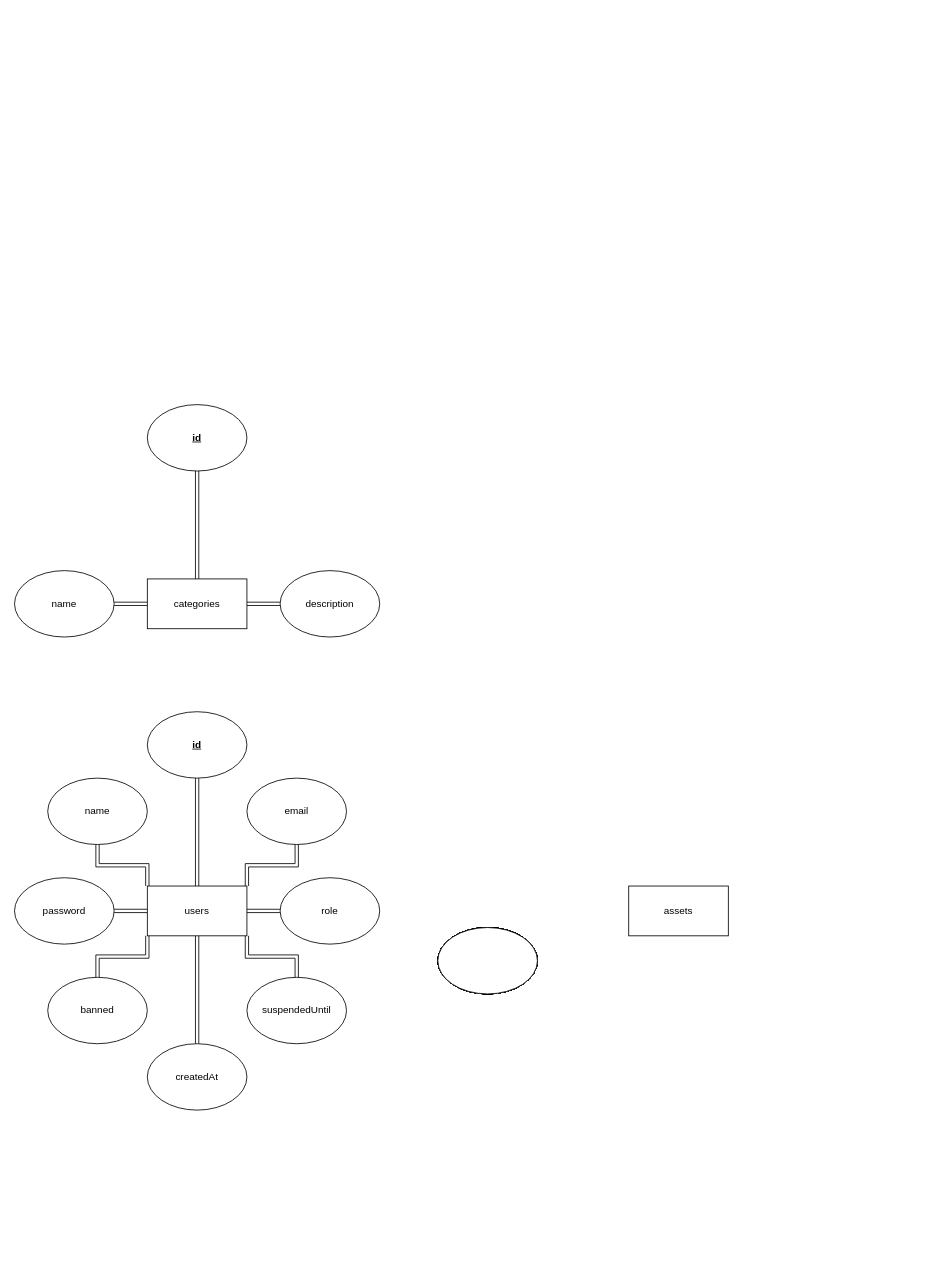
Above: Docs/Designs/ER Diagram.drawio in schoolblues/CSC-490-Capstone (draw.io), before the change. Source tidied: cells renumbered, new cells numbered last; positions are measured from the earlier drawing's top-left corner, leaving out a move shared by most shapes. Both pictures are drawn from the tidied source at 83%, with x=0, y=0 at pixel (14, 404).
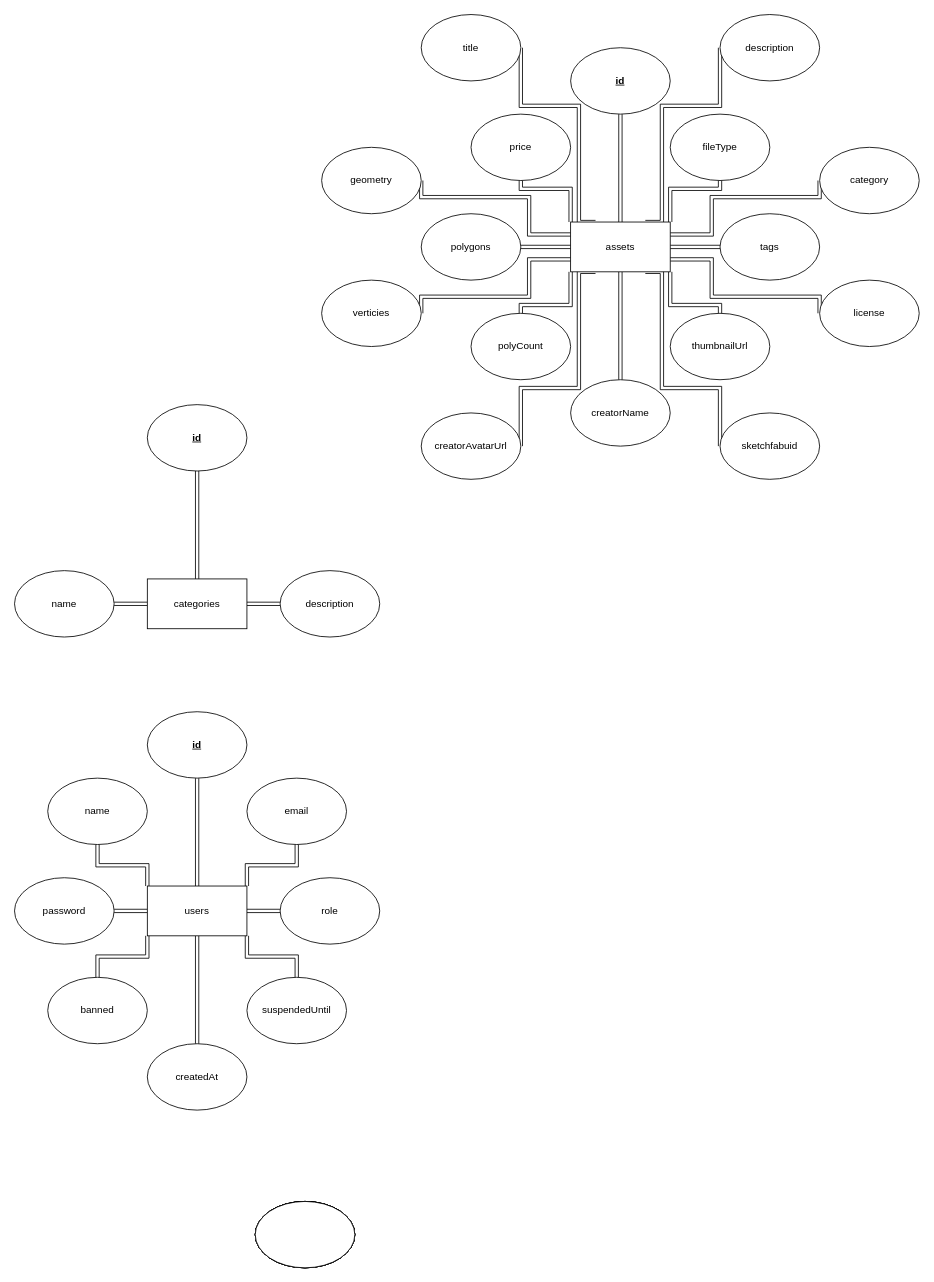
The same diagram, later.

Change to the diagram source:
```diff
@@
+    <mxCell id="49" style="edgeStyle=orthogonalEdgeStyle;shape=link;rounded=0;jettySize=auto;html=1;exitX=0.5;exitY=0;exitDx=0;exitDy=0;" parent="1" edge="1" source="26" target="46">
+      <mxGeometry relative="1" as="geometry" />
+    </mxCell>
+    <mxCell id="50" style="edgeStyle=orthogonalEdgeStyle;shape=link;rounded=0;jettySize=auto;html=1;exitX=0.5;exitY=1;exitDx=0;exitDy=0;entryX=0.5;entryY=0;entryDx=0;entryDy=0;" parent="1" edge="1" source="26" target="45">
+      <mxGeometry relative="1" as="geometry" />
+    </mxCell>
+    <mxCell id="51" style="edgeStyle=orthogonalEdgeStyle;shape=link;rounded=0;jettySize=auto;html=1;exitX=0;exitY=0.5;exitDx=0;exitDy=0;entryX=1;entryY=0.5;entryDx=0;entryDy=0;" parent="1" edge="1" source="26" target="47">
+      <mxGeometry relative="1" as="geometry" />
+    </mxCell>
+    <mxCell id="52" style="edgeStyle=orthogonalEdgeStyle;shape=link;rounded=0;jettySize=auto;html=1;exitX=1;exitY=0.5;exitDx=0;exitDy=0;entryX=0;entryY=0.5;entryDx=0;entryDy=0;" parent="1" edge="1" source="26" target="48">
+      <mxGeometry relative="1" as="geometry" />
+    </mxCell>
+    <mxCell id="53" style="edgeStyle=orthogonalEdgeStyle;shape=link;rounded=0;jettySize=auto;html=1;exitX=0;exitY=0.25;exitDx=0;exitDy=0;entryX=1;entryY=0.5;entryDx=0;entryDy=0;" parent="1" edge="1" source="26" target="40">
+      <mxGeometry relative="1" as="geometry">
+        <Array as="points">
+          <mxPoint x="620" y="-205" />
+          <mxPoint x="620" y="-250" />
+          <mxPoint x="490" y="-250" />
+        </Array>
+      </mxGeometry>
+    </mxCell>
+    <mxCell id="54" style="edgeStyle=orthogonalEdgeStyle;shape=link;rounded=0;jettySize=auto;html=1;exitX=0;exitY=0;exitDx=0;exitDy=0;" parent="1" edge="1" source="26" target="44">
+      <mxGeometry relative="1" as="geometry">
+        <Array as="points">
+          <mxPoint x="670" y="-260" />
+          <mxPoint x="610" y="-260" />
+        </Array>
+      </mxGeometry>
+    </mxCell>
+    <mxCell id="55" style="edgeStyle=orthogonalEdgeStyle;shape=link;rounded=0;jettySize=auto;html=1;exitX=0.25;exitY=0;exitDx=0;exitDy=0;entryX=1;entryY=0.5;entryDx=0;entryDy=0;" parent="1" edge="1" source="26" target="36">
+      <mxGeometry relative="1" as="geometry">
+        <Array as="points">
+          <mxPoint x="680" y="-220" />
+          <mxPoint x="680" y="-360" />
+          <mxPoint x="610" y="-360" />
+        </Array>
+      </mxGeometry>
+    </mxCell>
+    <mxCell id="56" style="edgeStyle=orthogonalEdgeStyle;shape=link;rounded=0;jettySize=auto;html=1;exitX=0;exitY=1;exitDx=0;exitDy=0;entryX=0.5;entryY=0;entryDx=0;entryDy=0;" parent="1" edge="1" source="26" target="42">
+      <mxGeometry relative="1" as="geometry">
+        <Array as="points">
+          <mxPoint x="670" y="-120" />
+          <mxPoint x="610" y="-120" />
+        </Array>
+      </mxGeometry>
+    </mxCell>
+    <mxCell id="57" style="edgeStyle=orthogonalEdgeStyle;shape=link;rounded=0;jettySize=auto;html=1;exitX=0.25;exitY=1;exitDx=0;exitDy=0;entryX=1;entryY=0.5;entryDx=0;entryDy=0;" parent="1" edge="1" source="26" target="33">
+      <mxGeometry relative="1" as="geometry">
+        <Array as="points">
+          <mxPoint x="680" y="-160" />
+          <mxPoint x="680" y="-20" />
+          <mxPoint x="610" y="-20" />
+        </Array>
+      </mxGeometry>
+    </mxCell>
+    <mxCell id="58" style="edgeStyle=orthogonalEdgeStyle;shape=link;rounded=0;jettySize=auto;html=1;exitX=0;exitY=0.75;exitDx=0;exitDy=0;entryX=1;entryY=0.5;entryDx=0;entryDy=0;" parent="1" edge="1" source="26" target="37">
+      <mxGeometry relative="1" as="geometry">
+        <Array as="points">
+          <mxPoint x="620" y="-175" />
+          <mxPoint x="620" y="-130" />
+          <mxPoint x="490" y="-130" />
+        </Array>
+      </mxGeometry>
+    </mxCell>
+    <mxCell id="59" style="edgeStyle=orthogonalEdgeStyle;shape=link;rounded=0;jettySize=auto;html=1;exitX=0.75;exitY=0;exitDx=0;exitDy=0;entryX=0;entryY=0.5;entryDx=0;entryDy=0;" parent="1" edge="1" source="26" target="35">
+      <mxGeometry relative="1" as="geometry">
+        <Array as="points">
+          <mxPoint x="780" y="-220" />
+          <mxPoint x="780" y="-360" />
+          <mxPoint x="850" y="-360" />
+        </Array>
+      </mxGeometry>
+    </mxCell>
+    <mxCell id="60" style="edgeStyle=orthogonalEdgeStyle;shape=link;rounded=0;jettySize=auto;html=1;exitX=1;exitY=0;exitDx=0;exitDy=0;entryX=0.5;entryY=1;entryDx=0;entryDy=0;" parent="1" edge="1" source="26" target="43">
+      <mxGeometry relative="1" as="geometry">
+        <Array as="points">
+          <mxPoint x="790" y="-260" />
+          <mxPoint x="850" y="-260" />
+        </Array>
+      </mxGeometry>
+    </mxCell>
+    <mxCell id="61" style="edgeStyle=orthogonalEdgeStyle;shape=link;rounded=0;jettySize=auto;html=1;exitX=1;exitY=0.25;exitDx=0;exitDy=0;entryX=0;entryY=0.5;entryDx=0;entryDy=0;" parent="1" edge="1" source="26" target="39">
+      <mxGeometry relative="1" as="geometry">
+        <Array as="points">
+          <mxPoint x="840" y="-205" />
+          <mxPoint x="840" y="-250" />
+          <mxPoint x="970" y="-250" />
+        </Array>
+      </mxGeometry>
+    </mxCell>
+    <mxCell id="62" style="edgeStyle=orthogonalEdgeStyle;shape=link;rounded=0;jettySize=auto;html=1;exitX=0.75;exitY=1;exitDx=0;exitDy=0;entryX=0;entryY=0.5;entryDx=0;entryDy=0;" parent="1" edge="1" source="26" target="34">
+      <mxGeometry relative="1" as="geometry">
+        <Array as="points">
+          <mxPoint x="780" y="-160" />
+          <mxPoint x="780" y="-20" />
+          <mxPoint x="850" y="-20" />
+        </Array>
+      </mxGeometry>
+    </mxCell>
+    <mxCell id="63" style="edgeStyle=orthogonalEdgeStyle;shape=link;rounded=0;jettySize=auto;html=1;exitX=1;exitY=1;exitDx=0;exitDy=0;entryX=0.5;entryY=0;entryDx=0;entryDy=0;" parent="1" edge="1" source="26" target="41">
+      <mxGeometry relative="1" as="geometry">
+        <Array as="points">
+          <mxPoint x="790" y="-120" />
+          <mxPoint x="850" y="-120" />
+        </Array>
+      </mxGeometry>
+    </mxCell>
+    <mxCell id="64" style="edgeStyle=orthogonalEdgeStyle;shape=link;rounded=0;jettySize=auto;html=1;exitX=1;exitY=0.75;exitDx=0;exitDy=0;entryX=0;entryY=0.5;entryDx=0;entryDy=0;" parent="1" edge="1" source="26" target="38">
+      <mxGeometry relative="1" as="geometry">
+        <Array as="points">
+          <mxPoint x="840" y="-175" />
+          <mxPoint x="840" y="-130" />
+          <mxPoint x="970" y="-130" />
+        </Array>
+      </mxGeometry>
+    </mxCell>
     <mxCell id="26" value="assets" style="rounded=0;whiteSpace=wrap;html=1;" parent="1" vertex="1">
-      <mxGeometry x="740" y="580" width="120" height="60" as="geometry" />
+      <mxGeometry x="670" y="-220" width="120" height="60" as="geometry" />
     </mxCell>
     <mxCell id="27" style="ellipse;whiteSpace=wrap;html=1;" parent="1" vertex="1">
-      <mxGeometry x="510" y="630" width="120" height="80" as="geometry" />
+      <mxGeometry x="290" y="960" width="120" height="80" as="geometry" />
     </mxCell>
     <mxCell id="28" style="ellipse;whiteSpace=wrap;html=1;" parent="1" vertex="1">
-      <mxGeometry x="510" y="630" width="120" height="80" as="geometry" />
+      <mxGeometry x="290" y="960" width="120" height="80" as="geometry" />
     </mxCell>
     <mxCell id="29" style="ellipse;whiteSpace=wrap;html=1;" parent="1" vertex="1">
-      <mxGeometry x="510" y="630" width="120" height="80" as="geometry" />
+      <mxGeometry x="290" y="960" width="120" height="80" as="geometry" />
     </mxCell>
     <mxCell id="30" style="ellipse;whiteSpace=wrap;html=1;" parent="1" vertex="1">
-      <mxGeometry x="510" y="630" width="120" height="80" as="geometry" />
+      <mxGeometry x="290" y="960" width="120" height="80" as="geometry" />
     </mxCell>
     <mxCell id="31" style="ellipse;whiteSpace=wrap;html=1;" parent="1" vertex="1">
-      <mxGeometry x="510" y="630" width="120" height="80" as="geometry" />
+      <mxGeometry x="290" y="960" width="120" height="80" as="geometry" />
     </mxCell>
     <mxCell id="32" style="ellipse;whiteSpace=wrap;html=1;" parent="1" vertex="1">
-      <mxGeometry x="510" y="630" width="120" height="80" as="geometry" />
+      <mxGeometry x="290" y="960" width="120" height="80" as="geometry" />
     </mxCell>
-    <mxCell id="33" style="ellipse;whiteSpace=wrap;html=1;" parent="1" vertex="1">
-      <mxGeometry x="510" y="630" width="120" height="80" as="geometry" />
+    <mxCell id="33" value="creatorAvatarUrl" style="ellipse;whiteSpace=wrap;html=1;" parent="1" vertex="1">
+      <mxGeometry x="490" y="10" width="120" height="80" as="geometry" />
     </mxCell>
-    <mxCell id="34" style="ellipse;whiteSpace=wrap;html=1;" parent="1" vertex="1">
-      <mxGeometry x="510" y="630" width="120" height="80" as="geometry" />
+    <mxCell id="34" value="sketchfabuid" style="ellipse;whiteSpace=wrap;html=1;" parent="1" vertex="1">
+      <mxGeometry x="850" y="10" width="120" height="80" as="geometry" />
     </mxCell>
-    <mxCell id="35" style="ellipse;whiteSpace=wrap;html=1;" parent="1" vertex="1">
-      <mxGeometry x="510" y="630" width="120" height="80" as="geometry" />
+    <mxCell id="35" value="description" style="ellipse;whiteSpace=wrap;html=1;" parent="1" vertex="1">
+      <mxGeometry x="850" y="-470" width="120" height="80" as="geometry" />
     </mxCell>
-    <mxCell id="36" style="ellipse;whiteSpace=wrap;html=1;" parent="1" vertex="1">
-      <mxGeometry x="510" y="630" width="120" height="80" as="geometry" />
+    <mxCell id="36" value="title" style="ellipse;whiteSpace=wrap;html=1;" parent="1" vertex="1">
+      <mxGeometry x="490" y="-470" width="120" height="80" as="geometry" />
     </mxCell>
-    <mxCell id="37" style="ellipse;whiteSpace=wrap;html=1;" parent="1" vertex="1">
-      <mxGeometry x="510" y="630" width="120" height="80" as="geometry" />
+    <mxCell id="37" value="verticies" style="ellipse;whiteSpace=wrap;html=1;" parent="1" vertex="1">
+      <mxGeometry x="370" y="-150" width="120" height="80" as="geometry" />
     </mxCell>
-    <mxCell id="38" style="ellipse;whiteSpace=wrap;html=1;" parent="1" vertex="1">
-      <mxGeometry x="510" y="630" width="120" height="80" as="geometry" />
+    <mxCell id="38" value="license" style="ellipse;whiteSpace=wrap;html=1;" parent="1" vertex="1">
+      <mxGeometry x="970" y="-150" width="120" height="80" as="geometry" />
     </mxCell>
-    <mxCell id="39" style="ellipse;whiteSpace=wrap;html=1;" parent="1" vertex="1">
-      <mxGeometry x="510" y="630" width="120" height="80" as="geometry" />
+    <mxCell id="39" value="category" style="ellipse;whiteSpace=wrap;html=1;" parent="1" vertex="1">
+      <mxGeometry x="970" y="-310" width="120" height="80" as="geometry" />
     </mxCell>
-    <mxCell id="40" style="ellipse;whiteSpace=wrap;html=1;" parent="1" vertex="1">
-      <mxGeometry x="510" y="630" width="120" height="80" as="geometry" />
+    <mxCell id="40" value="geometry" style="ellipse;whiteSpace=wrap;html=1;" parent="1" vertex="1">
+      <mxGeometry x="370" y="-310" width="120" height="80" as="geometry" />
     </mxCell>
-    <mxCell id="41" style="ellipse;whiteSpace=wrap;html=1;" parent="1" vertex="1">
-      <mxGeometry x="510" y="630" width="120" height="80" as="geometry" />
+    <mxCell id="41" value="thumbnailUrl" style="ellipse;whiteSpace=wrap;html=1;" parent="1" vertex="1">
+      <mxGeometry x="790" y="-110" width="120" height="80" as="geometry" />
     </mxCell>
-    <mxCell id="42" style="ellipse;whiteSpace=wrap;html=1;" parent="1" vertex="1">
-      <mxGeometry x="510" y="630" width="120" height="80" as="geometry" />
+    <mxCell id="42" value="polyCount" style="ellipse;whiteSpace=wrap;html=1;" parent="1" vertex="1">
+      <mxGeometry x="550" y="-110" width="120" height="80" as="geometry" />
     </mxCell>
-    <mxCell id="43" style="ellipse;whiteSpace=wrap;html=1;" parent="1" vertex="1">
-      <mxGeometry x="510" y="630" width="120" height="80" as="geometry" />
+    <mxCell id="43" value="fileType" style="ellipse;whiteSpace=wrap;html=1;" parent="1" vertex="1">
+      <mxGeometry x="790" y="-350" width="120" height="80" as="geometry" />
     </mxCell>
-    <mxCell id="44" style="ellipse;whiteSpace=wrap;html=1;" parent="1" vertex="1">
-      <mxGeometry x="510" y="630" width="120" height="80" as="geometry" />
+    <mxCell id="44" value="price" style="ellipse;whiteSpace=wrap;html=1;" parent="1" vertex="1">
+      <mxGeometry x="550" y="-350" width="120" height="80" as="geometry" />
     </mxCell>
-    <mxCell id="45" style="ellipse;whiteSpace=wrap;html=1;" parent="1" vertex="1">
-      <mxGeometry x="510" y="630" width="120" height="80" as="geometry" />
+    <mxCell id="45" value="creatorName" style="ellipse;whiteSpace=wrap;html=1;" parent="1" vertex="1">
+      <mxGeometry x="670" y="-30" width="120" height="80" as="geometry" />
     </mxCell>
-    <mxCell id="46" style="ellipse;whiteSpace=wrap;html=1;" parent="1" vertex="1">
-      <mxGeometry x="510" y="630" width="120" height="80" as="geometry" />
+    <mxCell id="46" value="&lt;b&gt;&lt;u&gt;id&lt;/u&gt;&lt;/b&gt;" style="ellipse;whiteSpace=wrap;html=1;" parent="1" vertex="1">
+      <mxGeometry x="670" y="-430" width="120" height="80" as="geometry" />
     </mxCell>
-    <mxCell id="47" style="ellipse;whiteSpace=wrap;html=1;" parent="1" vertex="1">
-      <mxGeometry x="510" y="630" width="120" height="80" as="geometry" />
+    <mxCell id="47" value="polygons" style="ellipse;whiteSpace=wrap;html=1;" parent="1" vertex="1">
+      <mxGeometry x="490" y="-230" width="120" height="80" as="geometry" />
     </mxCell>
-    <mxCell id="48" style="ellipse;whiteSpace=wrap;html=1;" parent="1" vertex="1">
-      <mxGeometry x="510" y="630" width="120" height="80" as="geometry" />
+    <mxCell id="48" value="tags" style="ellipse;whiteSpace=wrap;html=1;" parent="1" vertex="1">
+      <mxGeometry x="850" y="-230" width="120" height="80" as="geometry" />
     </mxCell>
```
